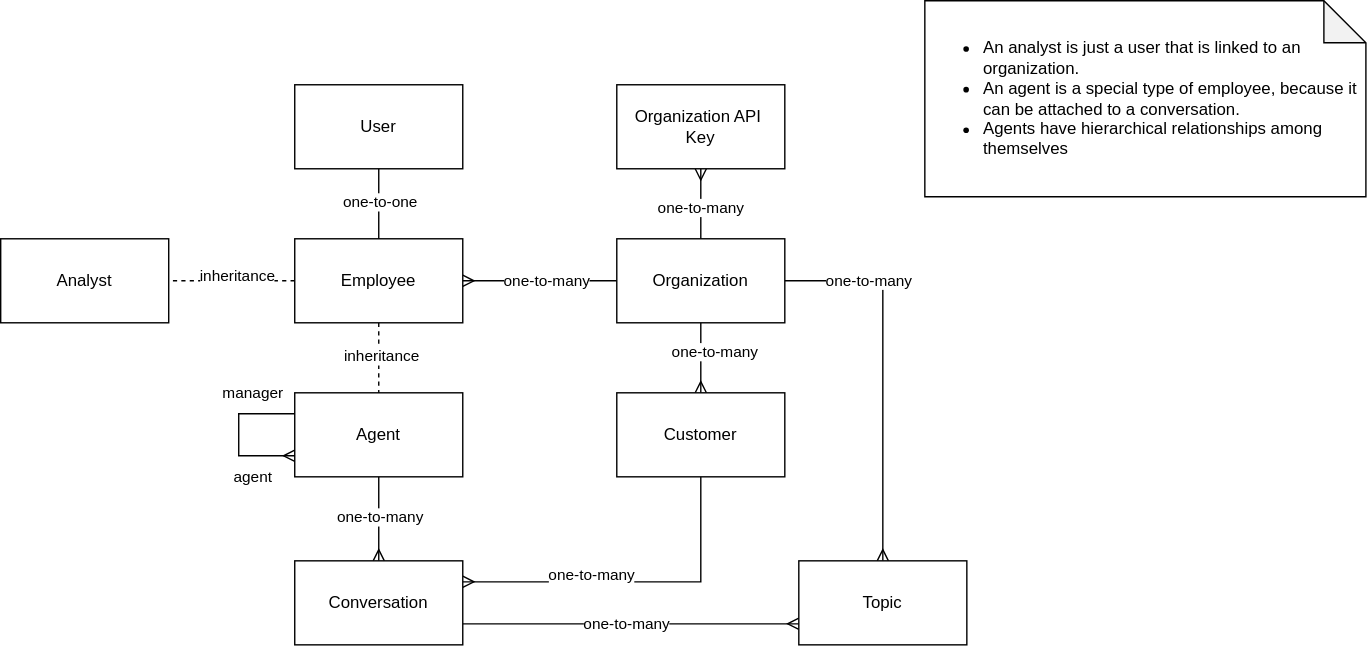
Above: docs/images/Application_Data_Model.drawio.svg in TellMeCH/tellme-app (draw.io), before the change. Source tidied: cells renumbered, new cells last; positions are measured from the earlier drawing's top-left corner, leaving out a move shared by most shapes.
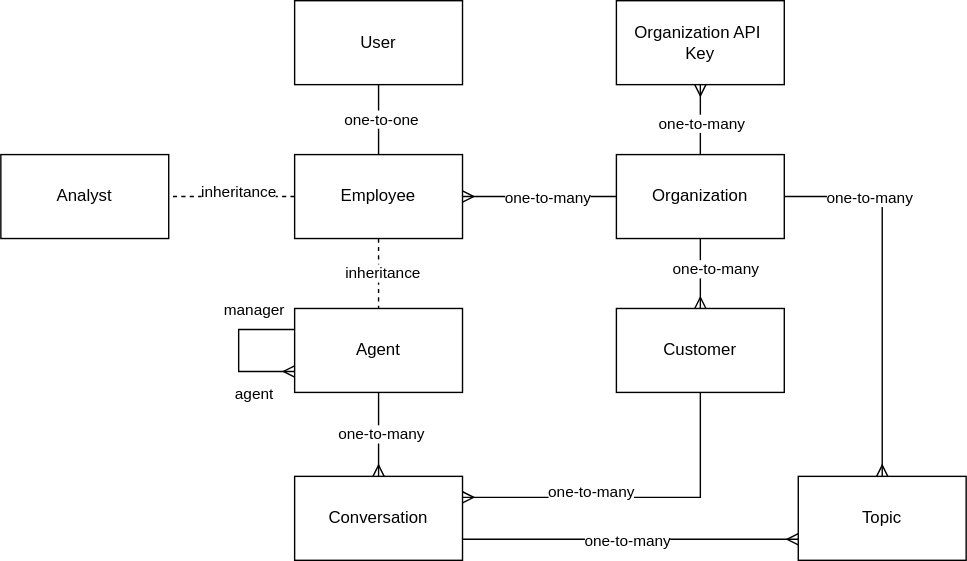
After the change.

Commit message:
Added some explanations for the data model

Diff of the diagram source:
```diff
@@ -116,9 +116,6 @@
     <mxCell id="30" value="User" style="rounded=0;whiteSpace=wrap;html=1;" parent="1" vertex="1">
       <mxGeometry x="210" y="60" width="120" height="60" as="geometry" />
     </mxCell>
-    <mxCell id="31" value="&lt;ul&gt;&lt;li&gt;An analyst is just a user that is linked to an organization.&lt;/li&gt;&lt;li&gt;An agent is a special type of employee, because it can be attached to a conversation.&lt;/li&gt;&lt;li&gt;Agents have hierarchical relationships among themselves&lt;/li&gt;&lt;/ul&gt;" style="shape=note;whiteSpace=wrap;html=1;backgroundOutline=1;darkOpacity=0.05;align=left;" parent="1" vertex="1">
-      <mxGeometry x="660" width="315" height="140" as="geometry" />
-    </mxCell>
     <mxCell id="32" value="Analyst" style="rounded=0;whiteSpace=wrap;html=1;" parent="1" vertex="1">
       <mxGeometry y="170" width="120" height="60" as="geometry" />
     </mxCell>
```
